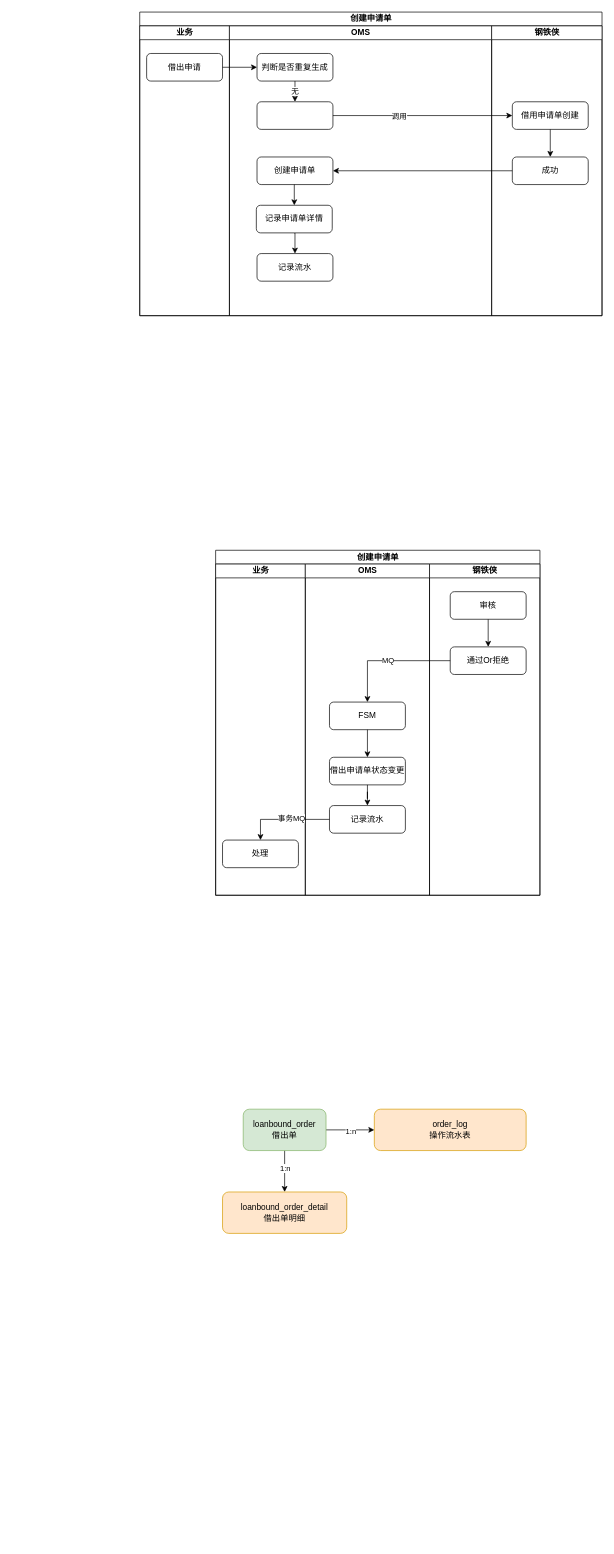
Above: OMS对接借出业务.drawio in yz19930826/pics (draw.io), before the change. Source tidied: cells renumbered, new cells numbered last; positions are measured from the earlier drawing's top-left corner, leaving out a move shared by most shapes. Both pictures are drawn from the tidied source at 69%, with x=0, y=0 at pixel (139, 12).
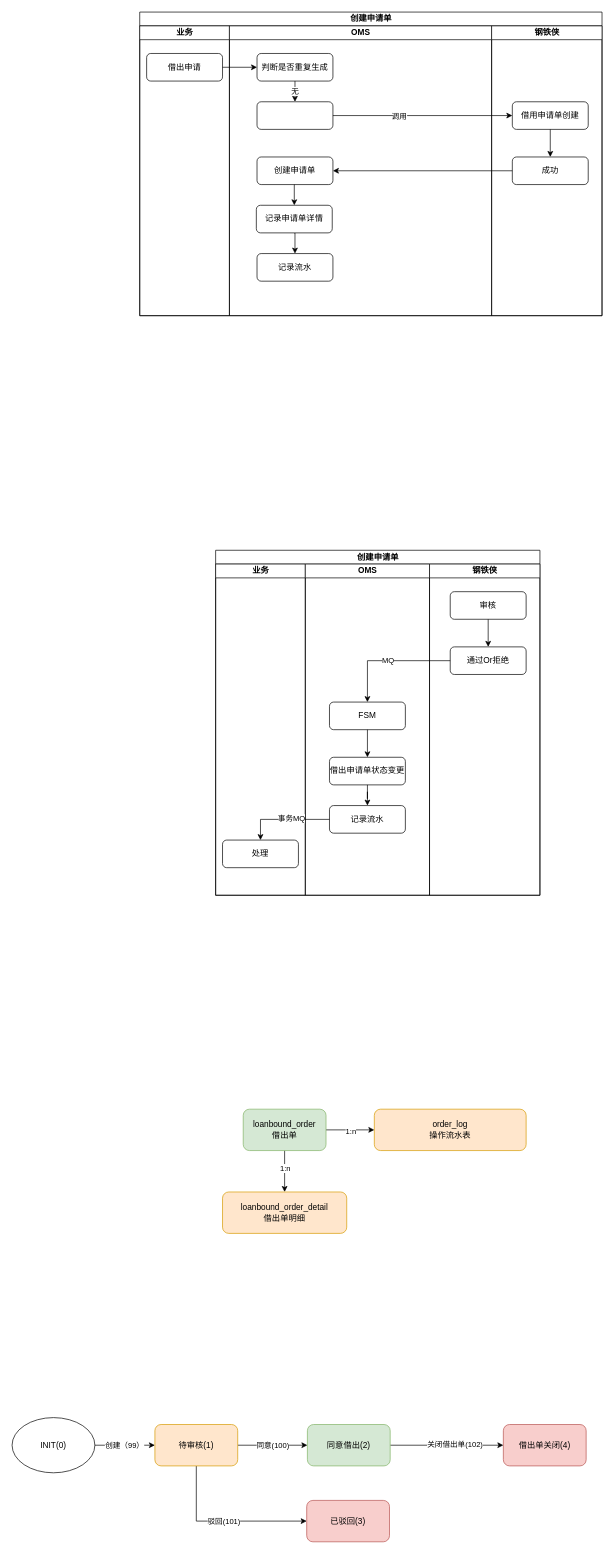
The same diagram, later.

Commit message:
Update OMS对接借出业务.drawio

The edit, as a diff of the source:
```diff
@@
+    <mxCell id="45" value="同意(100)" style="edgeStyle=orthogonalEdgeStyle;rounded=0;sketch=0;jettySize=auto;html=1;exitX=1;exitY=0.5;exitDx=0;exitDy=0;strokeColor=#000000;" parent="1" edge="1" source="47" target="52">
+      <mxGeometry relative="1" as="geometry" />
+    </mxCell>
+    <mxCell id="46" value="驳回(101)" style="edgeStyle=orthogonalEdgeStyle;rounded=0;sketch=0;jettySize=auto;html=1;exitX=0.5;exitY=1;exitDx=0;exitDy=0;entryX=0;entryY=0.5;entryDx=0;entryDy=0;strokeColor=#000000;" parent="1" edge="1" source="47" target="53">
+      <mxGeometry relative="1" as="geometry" />
+    </mxCell>
+    <mxCell id="47" value="待审核(1)" style="rounded=1;whiteSpace=wrap;html=1;sketch=0;fillColor=#ffe6cc;strokeColor=#d79b00;" parent="1" vertex="1">
+      <mxGeometry x="22" y="2047" width="120" height="60" as="geometry" />
+    </mxCell>
+    <mxCell id="48" style="endArrow=classic;html=1;strokeColor=#000000;entryX=0;entryY=0.5;entryDx=0;entryDy=0;" parent="1" edge="1" target="47">
+      <mxGeometry relative="1" as="geometry">
+        <mxPoint x="-68" y="2077" as="sourcePoint" />
+      </mxGeometry>
+    </mxCell>
+    <mxCell id="49" value="创建（99）" style="edgeLabel;html=1;align=center;verticalAlign=middle;" parent="48" vertex="1">
+      <mxGeometry y="1" relative="1" as="geometry" />
+    </mxCell>
+    <mxCell id="50" style="edgeStyle=orthogonalEdgeStyle;rounded=0;sketch=0;jettySize=auto;html=1;exitX=1;exitY=0.5;exitDx=0;exitDy=0;entryX=0;entryY=0.5;entryDx=0;entryDy=0;strokeColor=#000000;" parent="1" edge="1" source="52" target="54">
+      <mxGeometry relative="1" as="geometry" />
+    </mxCell>
+    <mxCell id="51" value="关闭借出单(102)" style="edgeLabel;html=1;align=center;verticalAlign=middle;" parent="50" vertex="1">
+      <mxGeometry x="0.14" y="2" relative="1" as="geometry" />
+    </mxCell>
+    <mxCell id="52" value="同意借出(2)" style="rounded=1;whiteSpace=wrap;html=1;sketch=0;fillColor=#d5e8d4;strokeColor=#82b366;" parent="1" vertex="1">
+      <mxGeometry x="243" y="2047" width="120" height="60" as="geometry" />
+    </mxCell>
+    <mxCell id="53" value="已驳回(3)" style="rounded=1;whiteSpace=wrap;html=1;sketch=0;fillColor=#f8cecc;strokeColor=#b85450;" parent="1" vertex="1">
+      <mxGeometry x="242" y="2157" width="120" height="60" as="geometry" />
+    </mxCell>
+    <mxCell id="54" value="借出单关闭(4)" style="rounded=1;whiteSpace=wrap;html=1;sketch=0;fillColor=#f8cecc;strokeColor=#b85450;" parent="1" vertex="1">
+      <mxGeometry x="527" y="2047" width="120" height="60" as="geometry" />
+    </mxCell>
+    <mxCell id="55" value="INIT(0)" style="ellipse;whiteSpace=wrap;html=1;rounded=0;sketch=0;" parent="1" vertex="1">
+      <mxGeometry x="-185" y="2037" width="120" height="80" as="geometry" />
+    </mxCell>
```
